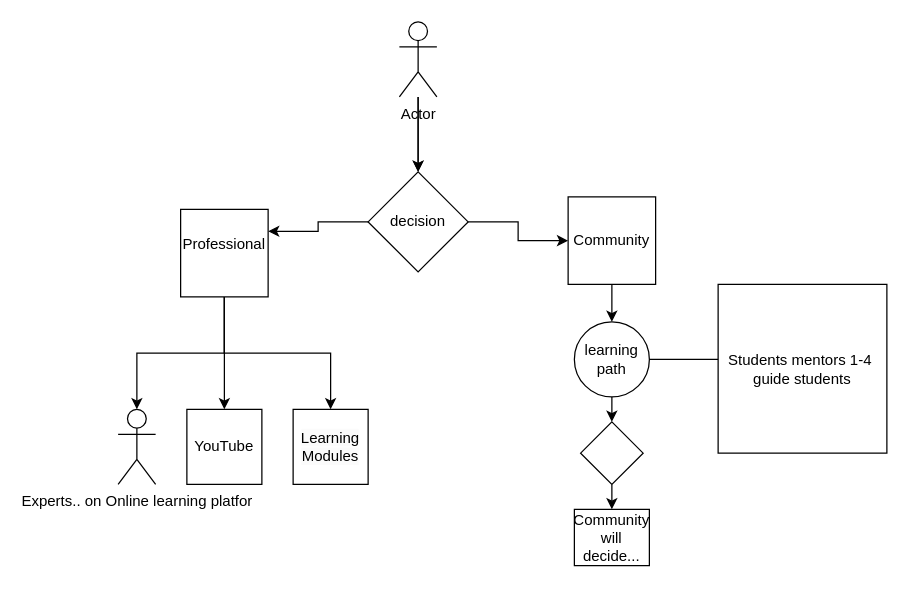
Before: draw.io/Untitled Diagram.drawio in Yash202000/projetsworld, a draw.io diagram. Source tidied: cells renumbered, new cells numbered last; positions are measured from the earlier drawing's top-left corner, leaving out a move shared by most shapes. Both pictures are drawn from the tidied source at 125%, with x=0, y=0 at pixel (118, 21).
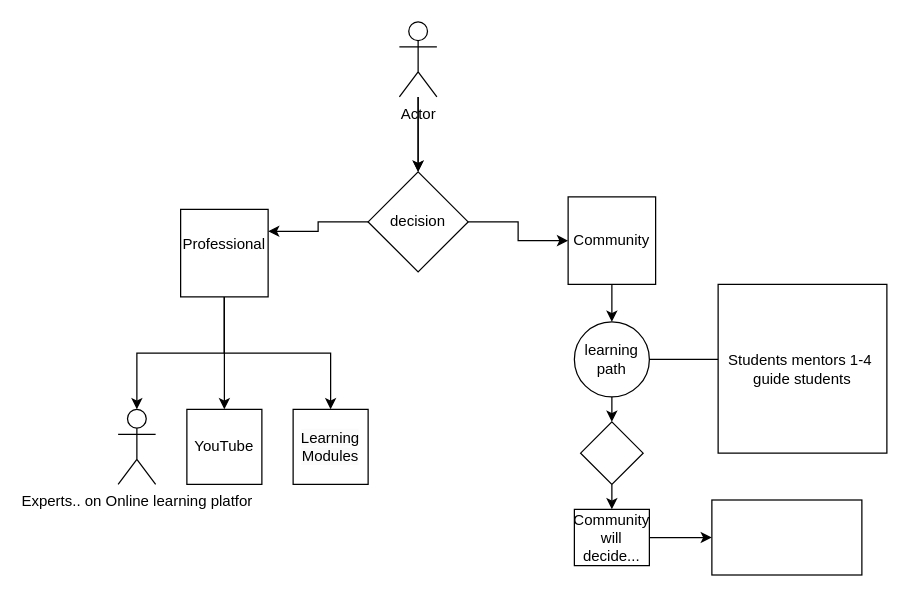
The same page after the edit.

Unchanged cells that the change refers to:
```xml
<mxCell id="23" value="Community will decide..." style="rounded=0;whiteSpace=wrap;html=1;" parent="1" vertex="1">
  <mxGeometry x="365" y="390" width="60" height="45" as="geometry" />
</mxCell>
```

Change to the diagram source:
```diff
@@
+    <mxCell id="24" style="edgeStyle=orthogonalEdgeStyle;rounded=0;jettySize=auto;html=1;" parent="1" edge="1" source="23" target="25">
+      <mxGeometry relative="1" as="geometry" />
+    </mxCell>
@@
+    <mxCell id="25" style="whiteSpace=wrap;html=1;rounded=0;" parent="1" vertex="1">
+      <mxGeometry x="475" y="382.5" width="120" height="60" as="geometry" />
+    </mxCell>
```
